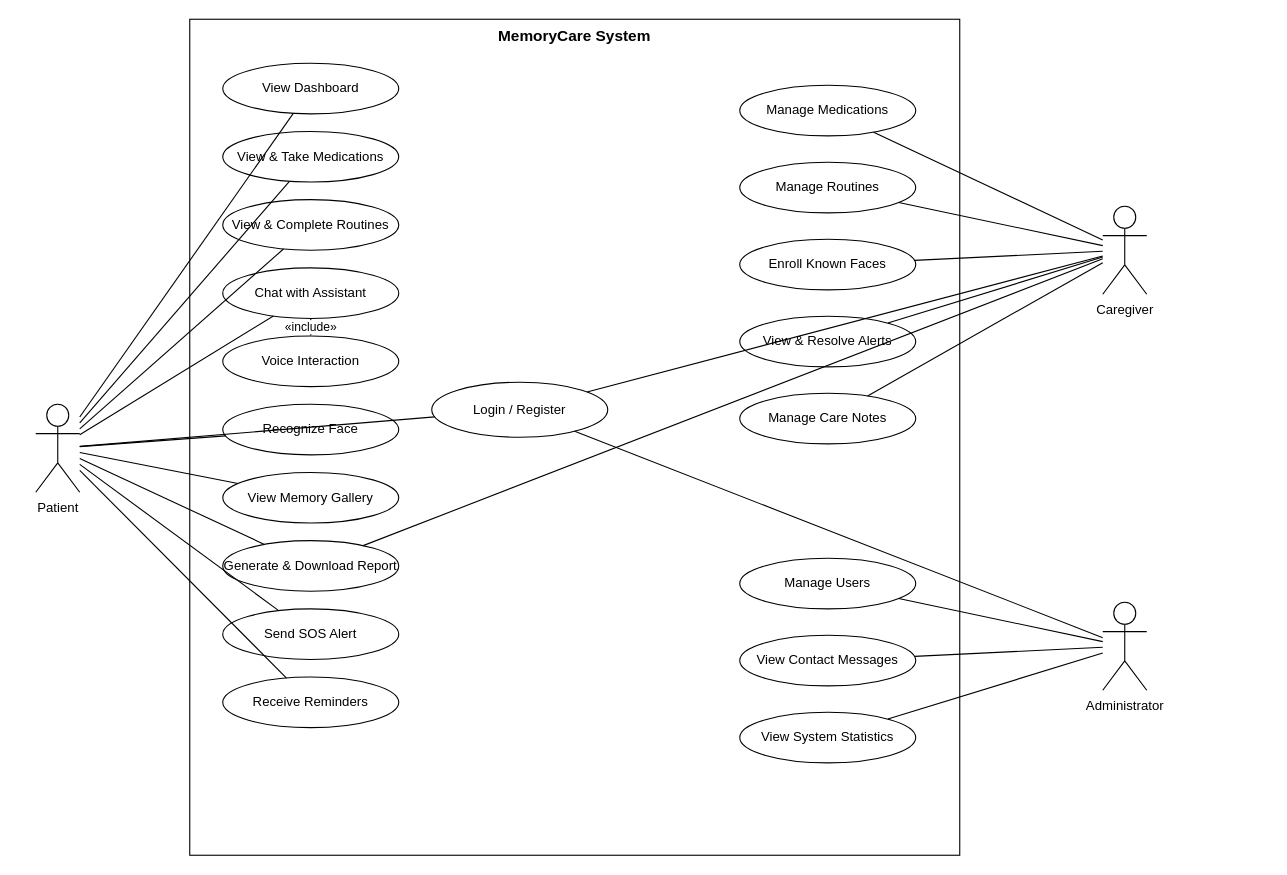
Above: docs/diagrams/use-case.drawio.xml in Iraj-Shahzad/memoracare- (draw.io), before the change. Source tidied: cells renumbered, new cells numbered last; positions are measured from the earlier drawing's top-left corner, leaving out a move shared by most shapes. Both pictures are drawn from the tidied source at 110%, with x=0, y=0 at pixel (35, 19).
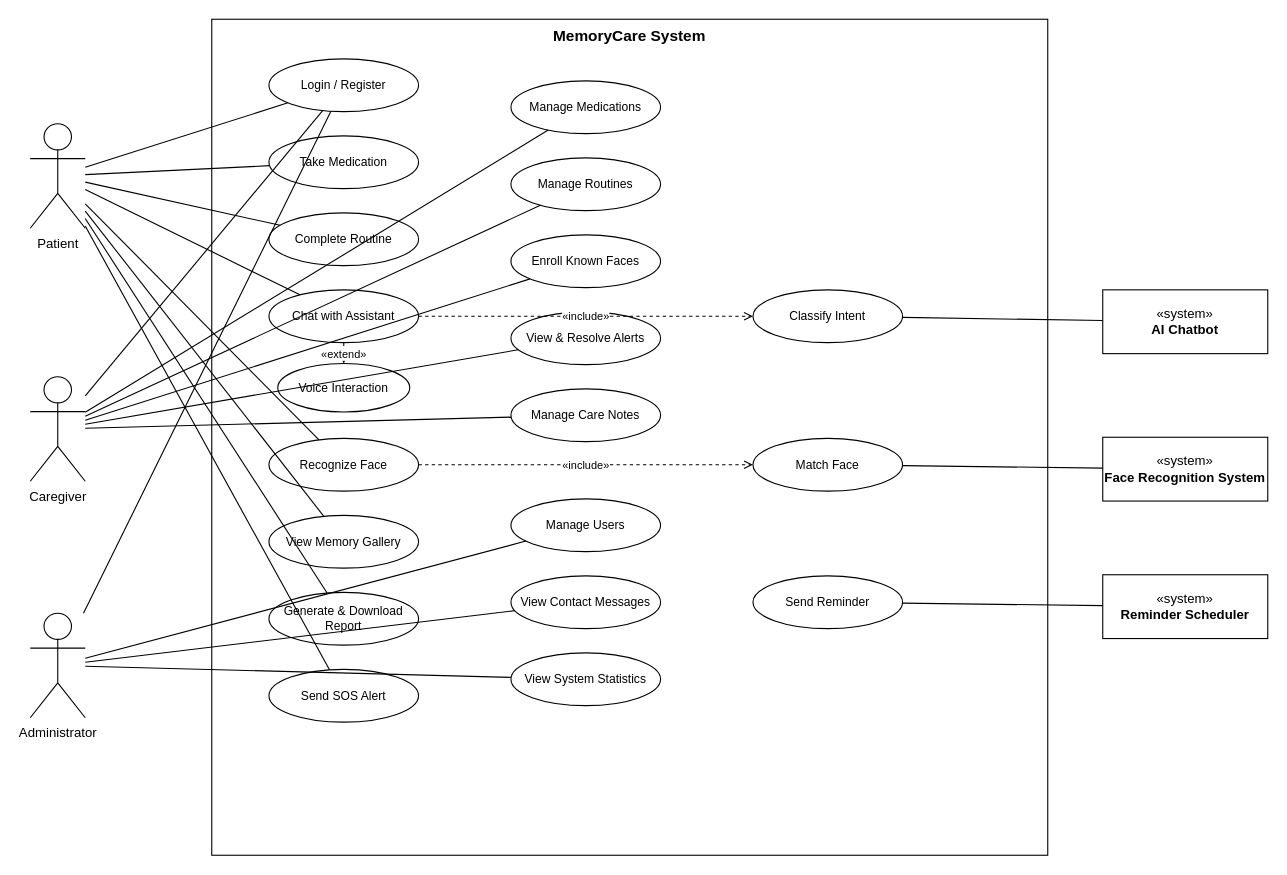
The same diagram, later.

Commit message:
docs: revise use case diagram to Larman/course notation (system actors as boxes, include/extend)

What changed in the source:
```diff
@@
     <mxCell id="2" value="MemoryCare System" style="rounded=0;whiteSpace=wrap;html=1;verticalAlign=top;fontStyle=1;fontSize=14;" parent="1" vertex="1">
-      <mxGeometry x="140" width="700" height="760" as="geometry" />
+      <mxGeometry x="160" width="760" height="760" as="geometry" />
     </mxCell>
     <mxCell id="3" value="Patient" style="shape=umlActor;verticalLabelPosition=bottom;verticalAlign=top;html=1;outlineConnect=0;fontSize=12;" parent="1" vertex="1">
-      <mxGeometry y="350" width="40" height="80" as="geometry" />
+      <mxGeometry x="-5" y="95" width="50" height="95" as="geometry" />
     </mxCell>
     <mxCell id="4" value="Caregiver" style="shape=umlActor;verticalLabelPosition=bottom;verticalAlign=top;html=1;outlineConnect=0;fontSize=12;" parent="1" vertex="1">
-      <mxGeometry x="970" y="170" width="40" height="80" as="geometry" />
+      <mxGeometry x="-5" y="325" width="50" height="95" as="geometry" />
     </mxCell>
     <mxCell id="5" value="Administrator" style="shape=umlActor;verticalLabelPosition=bottom;verticalAlign=top;html=1;outlineConnect=0;fontSize=12;" parent="1" vertex="1">
-      <mxGeometry x="970" y="530" width="40" height="80" as="geometry" />
+      <mxGeometry x="-5" y="540" width="50" height="95" as="geometry" />
     </mxCell>
+    <mxCell id="47" value="«system»&lt;br&gt;&lt;b&gt;AI Chatbot&lt;/b&gt;" style="rounded=0;whiteSpace=wrap;html=1;fontSize=12;" parent="1" vertex="1">
+      <mxGeometry x="970" y="246" width="150" height="58" as="geometry" />
+    </mxCell>
+    <mxCell id="48" value="«system»&lt;br&gt;&lt;b&gt;Face Recognition System&lt;/b&gt;" style="rounded=0;whiteSpace=wrap;html=1;fontSize=12;" parent="1" vertex="1">
+      <mxGeometry x="970" y="380" width="150" height="58" as="geometry" />
+    </mxCell>
+    <mxCell id="49" value="«system»&lt;br&gt;&lt;b&gt;Reminder Scheduler&lt;/b&gt;" style="rounded=0;whiteSpace=wrap;html=1;fontSize=12;" parent="1" vertex="1">
+      <mxGeometry x="970" y="505" width="150" height="58" as="geometry" />
+    </mxCell>
-    <mxCell id="6" value="Login / Register" style="ellipse;whiteSpace=wrap;html=1;fontSize=12;" parent="1" vertex="1">
-      <mxGeometry x="360" y="330" width="160" height="50" as="geometry" />
+    <mxCell id="6" value="Login / Register" style="ellipse;whiteSpace=wrap;html=1;fontSize=11;" parent="1" vertex="1">
+      <mxGeometry x="212" y="36" width="136" height="48" as="geometry" />
     </mxCell>
-    <mxCell id="7" value="View Dashboard" style="ellipse;whiteSpace=wrap;html=1;fontSize=12;" parent="1" vertex="1">
-      <mxGeometry x="170" y="40" width="160" height="46" as="geometry" />
-    </mxCell>
-    <mxCell id="8" value="View &amp; Take Medications" style="ellipse;whiteSpace=wrap;html=1;fontSize=12;" parent="1" vertex="1">
-      <mxGeometry x="170" y="102" width="160" height="46" as="geometry" />
-    </mxCell>
-    <mxCell id="9" value="View &amp; Complete Routines" style="ellipse;whiteSpace=wrap;html=1;fontSize=12;" parent="1" vertex="1">
-      <mxGeometry x="170" y="164" width="160" height="46" as="geometry" />
-    </mxCell>
+    <mxCell id="50" value="Take Medication" style="ellipse;whiteSpace=wrap;html=1;fontSize=11;" parent="1" vertex="1">
+      <mxGeometry x="212" y="106" width="136" height="48" as="geometry" />
+    </mxCell>
+    <mxCell id="51" value="Complete Routine" style="ellipse;whiteSpace=wrap;html=1;fontSize=11;" parent="1" vertex="1">
+      <mxGeometry x="212" y="176" width="136" height="48" as="geometry" />
+    </mxCell>
-    <mxCell id="10" value="Chat with Assistant" style="ellipse;whiteSpace=wrap;html=1;fontSize=12;" parent="1" vertex="1">
-      <mxGeometry x="170" y="226" width="160" height="46" as="geometry" />
+    <mxCell id="10" value="Chat with Assistant" style="ellipse;whiteSpace=wrap;html=1;fontSize=11;" parent="1" vertex="1">
+      <mxGeometry x="212" y="246" width="136" height="48" as="geometry" />
     </mxCell>
-    <mxCell id="11" value="Voice Interaction" style="ellipse;whiteSpace=wrap;html=1;fontSize=12;" parent="1" vertex="1">
-      <mxGeometry x="170" y="288" width="160" height="46" as="geometry" />
+    <mxCell id="11" value="Voice Interaction" style="ellipse;whiteSpace=wrap;html=1;fontSize=11;" parent="1" vertex="1">
+      <mxGeometry x="220" y="313" width="120" height="44" as="geometry" />
     </mxCell>
-    <mxCell id="12" value="Recognize Face" style="ellipse;whiteSpace=wrap;html=1;fontSize=12;" parent="1" vertex="1">
-      <mxGeometry x="170" y="350" width="160" height="46" as="geometry" />
+    <mxCell id="12" value="Recognize Face" style="ellipse;whiteSpace=wrap;html=1;fontSize=11;" parent="1" vertex="1">
+      <mxGeometry x="212" y="381" width="136" height="48" as="geometry" />
     </mxCell>
-    <mxCell id="13" value="View Memory Gallery" style="ellipse;whiteSpace=wrap;html=1;fontSize=12;" parent="1" vertex="1">
-      <mxGeometry x="170" y="412" width="160" height="46" as="geometry" />
+    <mxCell id="13" value="View Memory Gallery" style="ellipse;whiteSpace=wrap;html=1;fontSize=11;" parent="1" vertex="1">
+      <mxGeometry x="212" y="451" width="136" height="48" as="geometry" />
     </mxCell>
-    <mxCell id="14" value="Generate &amp; Download Report" style="ellipse;whiteSpace=wrap;html=1;fontSize=12;" parent="1" vertex="1">
-      <mxGeometry x="170" y="474" width="160" height="46" as="geometry" />
+    <mxCell id="14" value="Generate &amp; Download Report" style="ellipse;whiteSpace=wrap;html=1;fontSize=11;" parent="1" vertex="1">
+      <mxGeometry x="212" y="521" width="136" height="48" as="geometry" />
     </mxCell>
-    <mxCell id="15" value="Send SOS Alert" style="ellipse;whiteSpace=wrap;html=1;fontSize=12;" parent="1" vertex="1">
-      <mxGeometry x="170" y="536" width="160" height="46" as="geometry" />
+    <mxCell id="15" value="Send SOS Alert" style="ellipse;whiteSpace=wrap;html=1;fontSize=11;" parent="1" vertex="1">
+      <mxGeometry x="212" y="591" width="136" height="48" as="geometry" />
     </mxCell>
-    <mxCell id="16" value="Receive Reminders" style="ellipse;whiteSpace=wrap;html=1;fontSize=12;" parent="1" vertex="1">
-      <mxGeometry x="170" y="598" width="160" height="46" as="geometry" />
-    </mxCell>
-    <mxCell id="17" value="Manage Medications" style="ellipse;whiteSpace=wrap;html=1;fontSize=12;" parent="1" vertex="1">
-      <mxGeometry x="640" y="60" width="160" height="46" as="geometry" />
+    <mxCell id="17" value="Manage Medications" style="ellipse;whiteSpace=wrap;html=1;fontSize=11;" parent="1" vertex="1">
+      <mxGeometry x="432" y="56" width="136" height="48" as="geometry" />
     </mxCell>
-    <mxCell id="18" value="Manage Routines" style="ellipse;whiteSpace=wrap;html=1;fontSize=12;" parent="1" vertex="1">
-      <mxGeometry x="640" y="130" width="160" height="46" as="geometry" />
+    <mxCell id="18" value="Manage Routines" style="ellipse;whiteSpace=wrap;html=1;fontSize=11;" parent="1" vertex="1">
+      <mxGeometry x="432" y="126" width="136" height="48" as="geometry" />
     </mxCell>
-    <mxCell id="19" value="Enroll Known Faces" style="ellipse;whiteSpace=wrap;html=1;fontSize=12;" parent="1" vertex="1">
-      <mxGeometry x="640" y="200" width="160" height="46" as="geometry" />
+    <mxCell id="19" value="Enroll Known Faces" style="ellipse;whiteSpace=wrap;html=1;fontSize=11;" parent="1" vertex="1">
+      <mxGeometry x="432" y="196" width="136" height="48" as="geometry" />
     </mxCell>
-    <mxCell id="20" value="View &amp; Resolve Alerts" style="ellipse;whiteSpace=wrap;html=1;fontSize=12;" parent="1" vertex="1">
-      <mxGeometry x="640" y="270" width="160" height="46" as="geometry" />
+    <mxCell id="20" value="View &amp; Resolve Alerts" style="ellipse;whiteSpace=wrap;html=1;fontSize=11;" parent="1" vertex="1">
+      <mxGeometry x="432" y="266" width="136" height="48" as="geometry" />
     </mxCell>
-    <mxCell id="21" value="Manage Care Notes" style="ellipse;whiteSpace=wrap;html=1;fontSize=12;" parent="1" vertex="1">
-      <mxGeometry x="640" y="340" width="160" height="46" as="geometry" />
+    <mxCell id="21" value="Manage Care Notes" style="ellipse;whiteSpace=wrap;html=1;fontSize=11;" parent="1" vertex="1">
+      <mxGeometry x="432" y="336" width="136" height="48" as="geometry" />
     </mxCell>
-    <mxCell id="22" value="Manage Users" style="ellipse;whiteSpace=wrap;html=1;fontSize=12;" parent="1" vertex="1">
-      <mxGeometry x="640" y="490" width="160" height="46" as="geometry" />
+    <mxCell id="22" value="Manage Users" style="ellipse;whiteSpace=wrap;html=1;fontSize=11;" parent="1" vertex="1">
+      <mxGeometry x="432" y="436" width="136" height="48" as="geometry" />
     </mxCell>
-    <mxCell id="23" value="View Contact Messages" style="ellipse;whiteSpace=wrap;html=1;fontSize=12;" parent="1" vertex="1">
-      <mxGeometry x="640" y="560" width="160" height="46" as="geometry" />
+    <mxCell id="23" value="View Contact Messages" style="ellipse;whiteSpace=wrap;html=1;fontSize=11;" parent="1" vertex="1">
+      <mxGeometry x="432" y="506" width="136" height="48" as="geometry" />
     </mxCell>
-    <mxCell id="24" value="View System Statistics" style="ellipse;whiteSpace=wrap;html=1;fontSize=12;" parent="1" vertex="1">
-      <mxGeometry x="640" y="630" width="160" height="46" as="geometry" />
+    <mxCell id="24" value="View System Statistics" style="ellipse;whiteSpace=wrap;html=1;fontSize=11;" parent="1" vertex="1">
+      <mxGeometry x="432" y="576" width="136" height="48" as="geometry" />
     </mxCell>
+    <mxCell id="52" value="Classify Intent" style="ellipse;whiteSpace=wrap;html=1;fontSize=11;" parent="1" vertex="1">
+      <mxGeometry x="652" y="246" width="136" height="48" as="geometry" />
+    </mxCell>
+    <mxCell id="53" value="Match Face" style="ellipse;whiteSpace=wrap;html=1;fontSize=11;" parent="1" vertex="1">
+      <mxGeometry x="652" y="381" width="136" height="48" as="geometry" />
+    </mxCell>
+    <mxCell id="54" value="Send Reminder" style="ellipse;whiteSpace=wrap;html=1;fontSize=11;" parent="1" vertex="1">
+      <mxGeometry x="652" y="506" width="136" height="48" as="geometry" />
+    </mxCell>
@@
-    <mxCell id="26" style="endArrow=none;html=1;" parent="1" edge="1" source="3" target="7">
-      <mxGeometry relative="1" as="geometry" />
-    </mxCell>
-    <mxCell id="27" style="endArrow=none;html=1;" parent="1" edge="1" source="3" target="8">
-      <mxGeometry relative="1" as="geometry" />
-    </mxCell>
-    <mxCell id="28" style="endArrow=none;html=1;" parent="1" edge="1" source="3" target="9">
-      <mxGeometry relative="1" as="geometry" />
-    </mxCell>
+    <mxCell id="55" style="endArrow=none;html=1;" parent="1" edge="1" source="3" target="50">
+      <mxGeometry relative="1" as="geometry" />
+    </mxCell>
+    <mxCell id="56" style="endArrow=none;html=1;" parent="1" edge="1" source="3" target="51">
+      <mxGeometry relative="1" as="geometry" />
+    </mxCell>
@@
-    <mxCell id="34" style="endArrow=none;html=1;" parent="1" edge="1" source="3" target="16">
-      <mxGeometry relative="1" as="geometry" />
-    </mxCell>
-    <mxCell id="35" value="«include»" style="endArrow=open;dashed=1;html=1;fontSize=11;" parent="1" edge="1" source="10" target="11">
-      <mxGeometry relative="1" as="geometry" />
-    </mxCell>
@@
-    <mxCell id="42" style="endArrow=none;html=1;" parent="1" edge="1" source="4" target="14">
-      <mxGeometry relative="1" as="geometry" />
-    </mxCell>
@@
+    <mxCell id="57" style="endArrow=none;html=1;" parent="1" edge="1" source="47" target="52">
+      <mxGeometry relative="1" as="geometry" />
+    </mxCell>
+    <mxCell id="58" style="endArrow=none;html=1;" parent="1" edge="1" source="48" target="53">
+      <mxGeometry relative="1" as="geometry" />
+    </mxCell>
+    <mxCell id="59" style="endArrow=none;html=1;" parent="1" edge="1" source="49" target="54">
+      <mxGeometry relative="1" as="geometry" />
+    </mxCell>
+    <mxCell id="35" value="«include»" style="endArrow=open;dashed=1;html=1;fontSize=10;" parent="1" edge="1" source="10" target="52">
+      <mxGeometry relative="1" as="geometry" />
+    </mxCell>
+    <mxCell id="60" value="«include»" style="endArrow=open;dashed=1;html=1;fontSize=10;" parent="1" edge="1" source="12" target="53">
+      <mxGeometry relative="1" as="geometry" />
+    </mxCell>
+    <mxCell id="61" value="«extend»" style="endArrow=open;dashed=1;html=1;fontSize=10;" parent="1" edge="1" source="10" target="11">
+      <mxGeometry relative="1" as="geometry" />
+    </mxCell>
```
